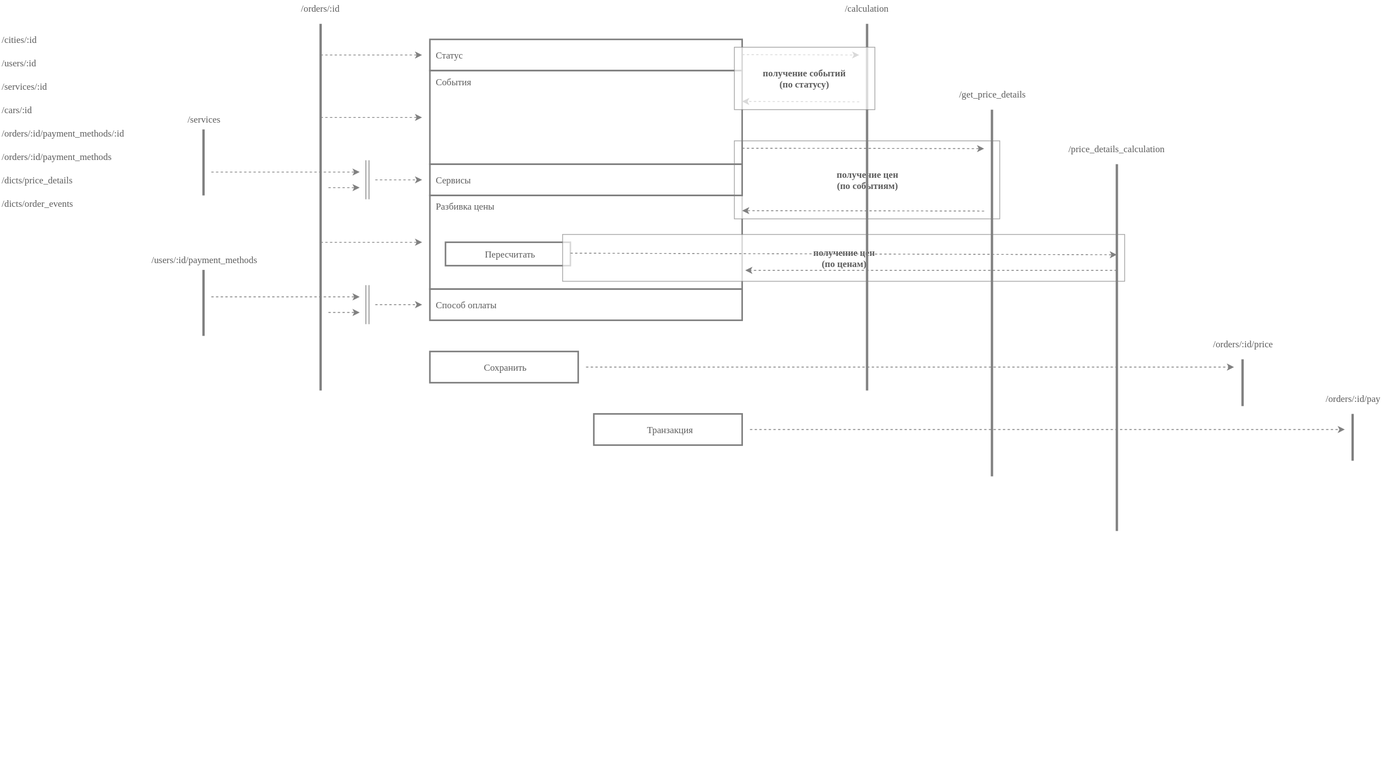
Earlier version of the draw.io export calc.svg (ajile/draw-io). Source tidied: cells renumbered, new cells last; positions are measured from the earlier drawing's top-left corner, leaving out a move shared by most shapes.
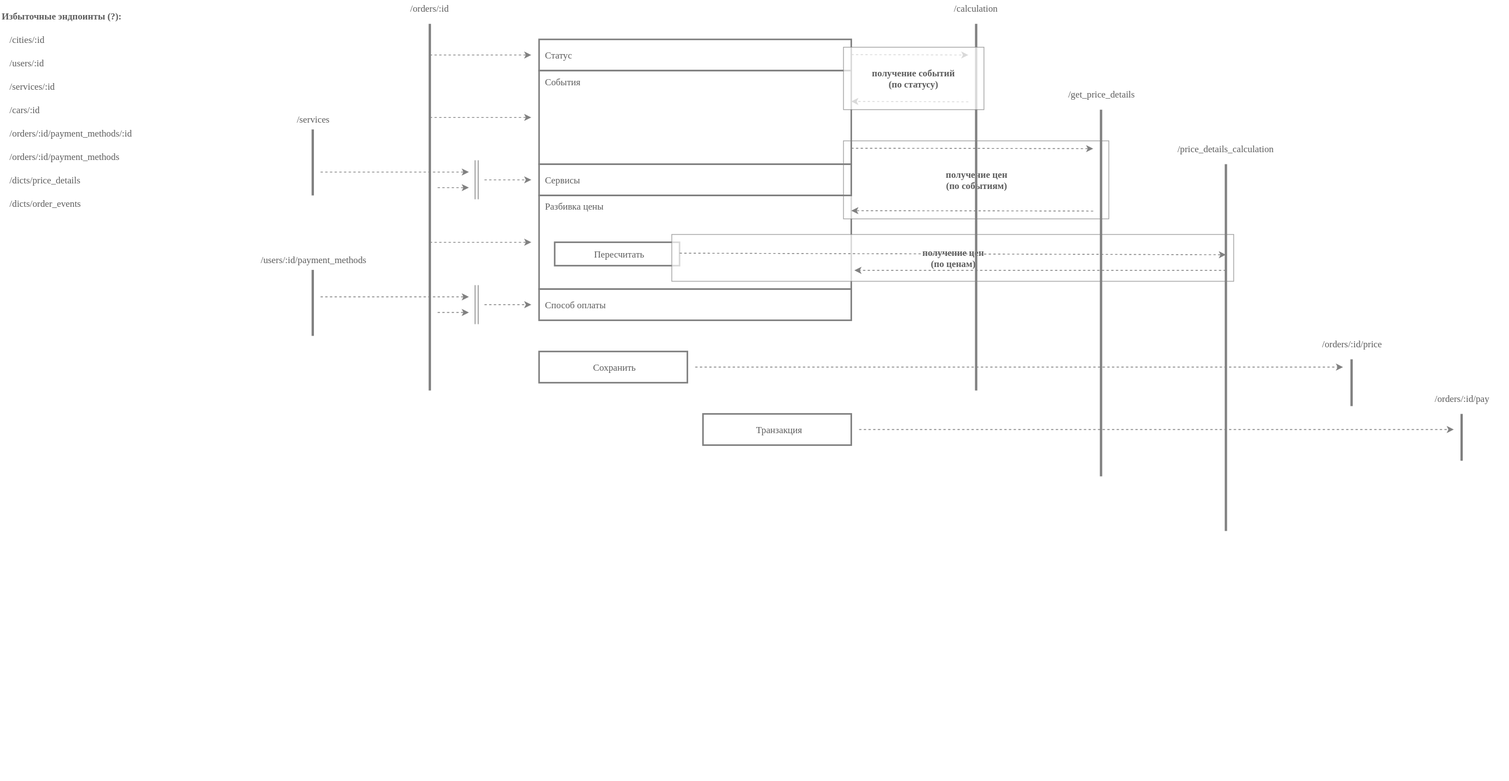
The same diagram one commit later.

Diff of the diagram source:
```diff
@@ -246,28 +246,31 @@
       </mxGeometry>
     </mxCell>
     <mxCell id="56" value="/cities/:id" style="text;html=1;strokeColor=none;fillColor=none;align=left;verticalAlign=middle;whiteSpace=wrap;rounded=0;shadow=0;fontFamily=Verdana;fontSize=12;fontColor=#5C5C5C;opacity=70;" parent="1" vertex="1">
-      <mxGeometry y="40" width="150" height="20" as="geometry" />
+      <mxGeometry x="-130" y="40" width="150" height="20" as="geometry" />
     </mxCell>
     <mxCell id="57" value="/users/:id" style="text;html=1;strokeColor=none;fillColor=none;align=left;verticalAlign=middle;whiteSpace=wrap;rounded=0;shadow=0;fontFamily=Verdana;fontSize=12;fontColor=#5C5C5C;opacity=70;" parent="1" vertex="1">
-      <mxGeometry y="70" width="150" height="20" as="geometry" />
+      <mxGeometry x="-130" y="70" width="150" height="20" as="geometry" />
     </mxCell>
     <mxCell id="58" value="/services/:id" style="text;html=1;strokeColor=none;fillColor=none;align=left;verticalAlign=middle;whiteSpace=wrap;rounded=0;shadow=0;fontFamily=Verdana;fontSize=12;fontColor=#5C5C5C;opacity=70;" parent="1" vertex="1">
-      <mxGeometry y="100" width="150" height="20" as="geometry" />
+      <mxGeometry x="-130" y="100" width="150" height="20" as="geometry" />
     </mxCell>
     <mxCell id="59" value="/cars/:id" style="text;html=1;strokeColor=none;fillColor=none;align=left;verticalAlign=middle;whiteSpace=wrap;rounded=0;shadow=0;fontFamily=Verdana;fontSize=12;fontColor=#5C5C5C;opacity=70;" parent="1" vertex="1">
-      <mxGeometry y="130" width="150" height="20" as="geometry" />
+      <mxGeometry x="-130" y="130" width="150" height="20" as="geometry" />
     </mxCell>
     <mxCell id="60" value="/orders/:id/payment_methods/:id" style="text;html=1;strokeColor=none;fillColor=none;align=left;verticalAlign=middle;whiteSpace=wrap;rounded=0;shadow=0;fontFamily=Verdana;fontSize=12;fontColor=#5C5C5C;opacity=70;" parent="1" vertex="1">
-      <mxGeometry y="160" width="150" height="20" as="geometry" />
+      <mxGeometry x="-130" y="160" width="150" height="20" as="geometry" />
     </mxCell>
     <mxCell id="61" value="/&lt;span&gt;orders/:id/payment_methods&lt;br&gt;&lt;/span&gt;" style="text;html=1;strokeColor=none;fillColor=none;align=left;verticalAlign=middle;whiteSpace=wrap;rounded=0;shadow=0;fontFamily=Verdana;fontSize=12;fontColor=#5C5C5C;opacity=70;" parent="1" vertex="1">
-      <mxGeometry y="190" width="150" height="20" as="geometry" />
+      <mxGeometry x="-130" y="190" width="150" height="20" as="geometry" />
     </mxCell>
     <mxCell id="62" value="/&lt;span&gt;dicts/price_details&lt;br&gt;&lt;/span&gt;" style="text;html=1;strokeColor=none;fillColor=none;align=left;verticalAlign=middle;whiteSpace=wrap;rounded=0;shadow=0;fontFamily=Verdana;fontSize=12;fontColor=#5C5C5C;opacity=70;" parent="1" vertex="1">
-      <mxGeometry y="220" width="150" height="20" as="geometry" />
+      <mxGeometry x="-130" y="220" width="150" height="20" as="geometry" />
     </mxCell>
     <mxCell id="63" value="/&lt;span&gt;dicts/order_events&lt;br&gt;&lt;/span&gt;" style="text;html=1;strokeColor=none;fillColor=none;align=left;verticalAlign=middle;whiteSpace=wrap;rounded=0;shadow=0;fontFamily=Verdana;fontSize=12;fontColor=#5C5C5C;opacity=70;" parent="1" vertex="1">
-      <mxGeometry y="250" width="150" height="20" as="geometry" />
+      <mxGeometry x="-130" y="250" width="150" height="20" as="geometry" />
     </mxCell>
+    <mxCell id="64" value="Избыточные эндпоинты (?):" style="text;html=1;strokeColor=none;fillColor=none;align=left;verticalAlign=middle;whiteSpace=wrap;rounded=0;shadow=0;fontFamily=Verdana;fontColor=#5C5C5C;opacity=70;fontStyle=1;" parent="1" vertex="1">
+      <mxGeometry x="-140" y="10" width="210" height="20" as="geometry" />
+    </mxCell>
   </root>
 </mxGraphModel>
```
